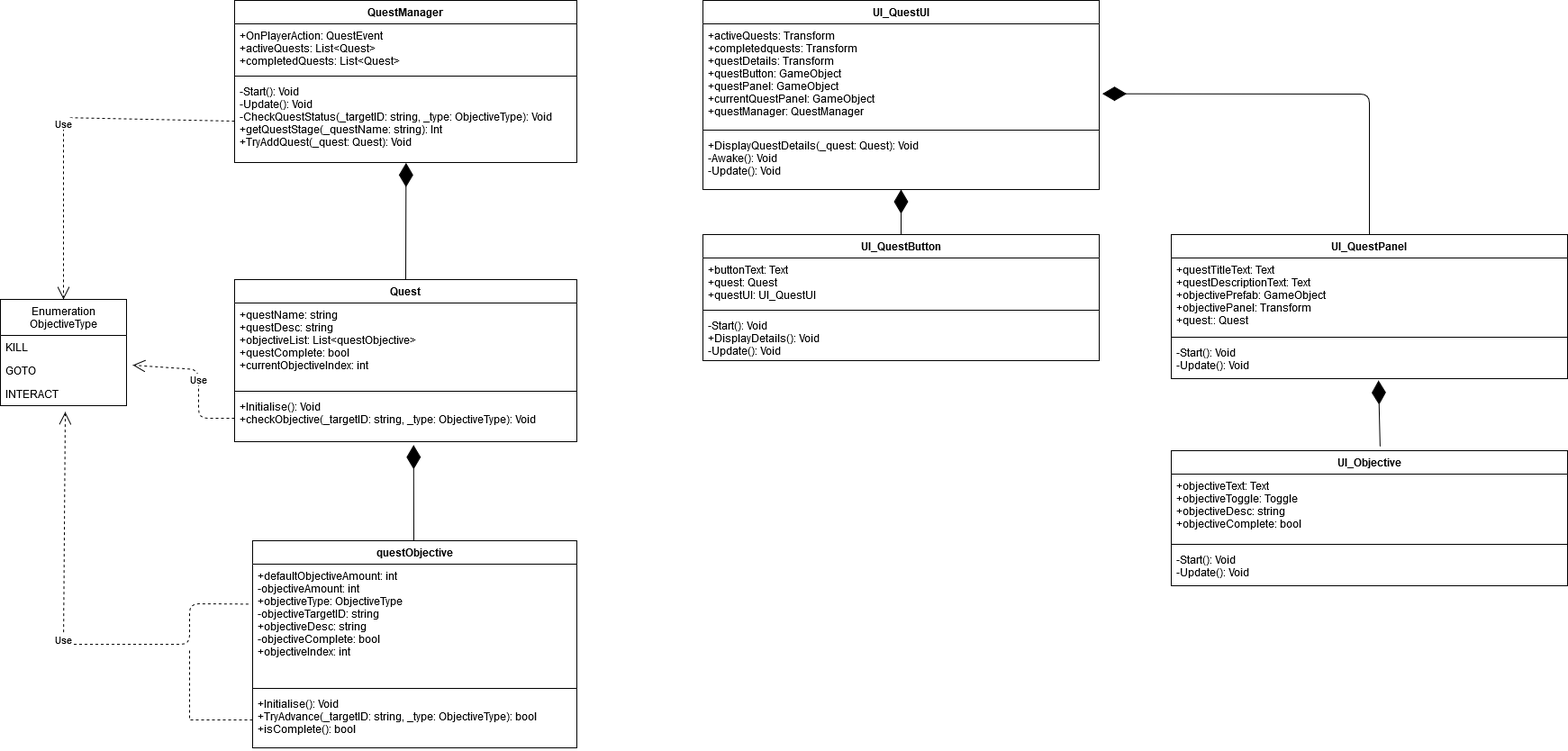
Above: UML_Shards_of_redemption.png in Nerys-Thamm/MDS-work (draw.io), before the change. Source tidied: cells renumbered, new cells last; positions are measured from the earlier drawing's top-left corner, leaving out a move shared by most shapes.
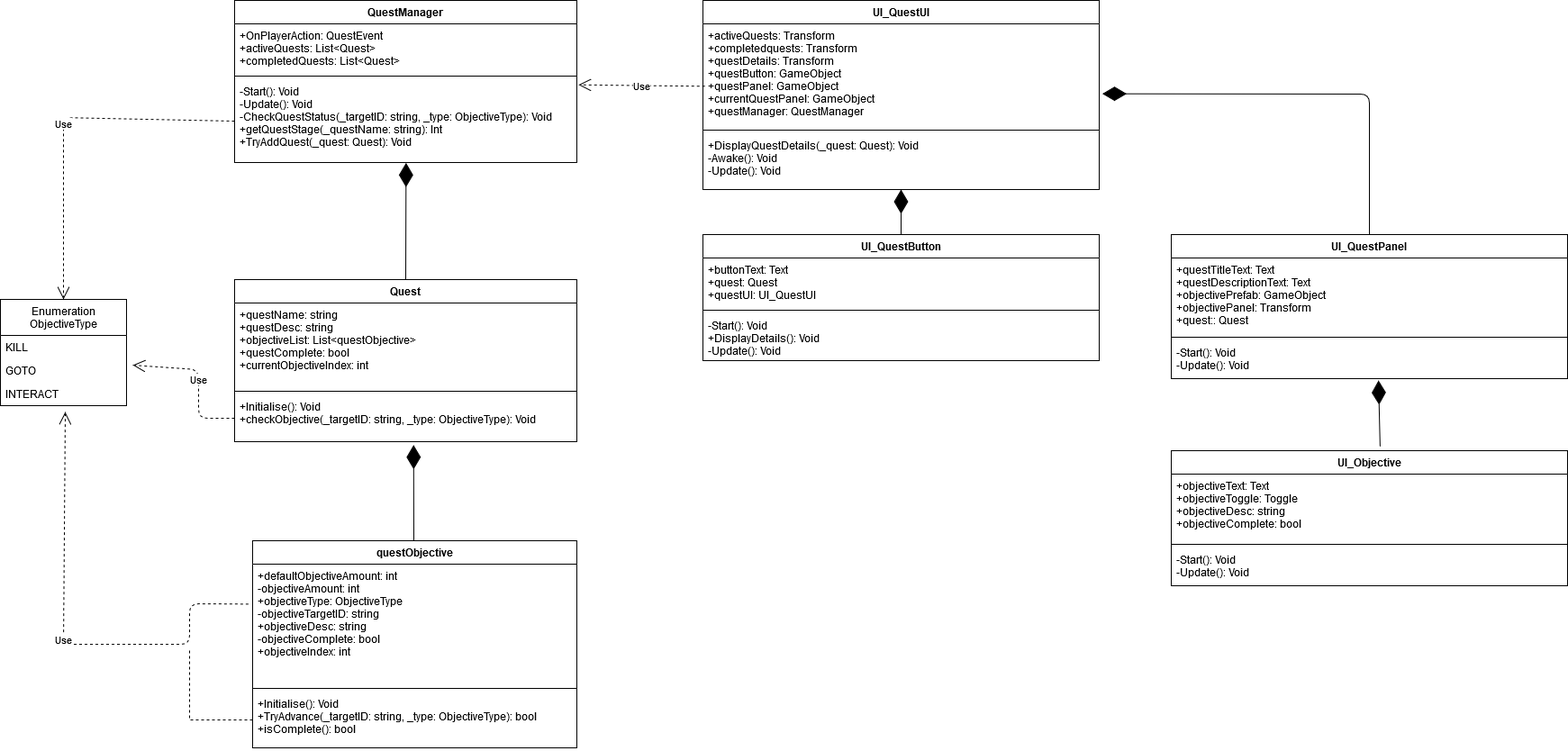
After the commit.

Change to the diagram source:
```diff
@@ -149,5 +149,8 @@
     <mxCell id="42" style="endArrow=diamondThin;endFill=1;endSize=24;html=1;entryX=0.523;entryY=1.048;entryDx=0;entryDy=0;entryPerimeter=0;exitX=0.527;exitY=-0.031;exitDx=0;exitDy=0;exitPerimeter=0;" parent="1" edge="1" source="38" target="36">
       <mxGeometry relative="1" as="geometry" />
     </mxCell>
+    <mxCell id="43" value="Use" style="endArrow=open;endSize=12;dashed=1;html=1;entryX=1.005;entryY=0.062;entryDx=0;entryDy=0;entryPerimeter=0;exitX=0.005;exitY=0.608;exitDx=0;exitDy=0;exitPerimeter=0;" parent="1" edge="1" source="25" target="9">
+      <mxGeometry relative="1" as="geometry" />
+    </mxCell>
   </root>
 </mxGraphModel>
```
